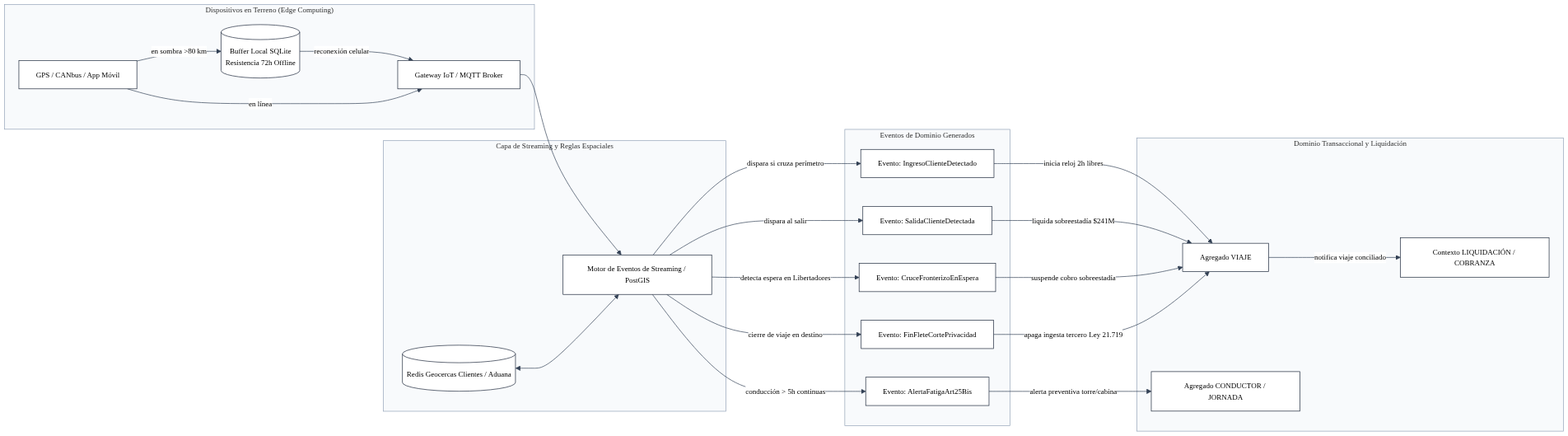
Above: equipo/D3/diagramas/diagrama4_eventos_telemetria.png in mvergaral/audIT (Mermaid), before the change. Its source is kept beside it as equipo/D3/diagramas/diagrama4_eventos_telemetria.mmd.
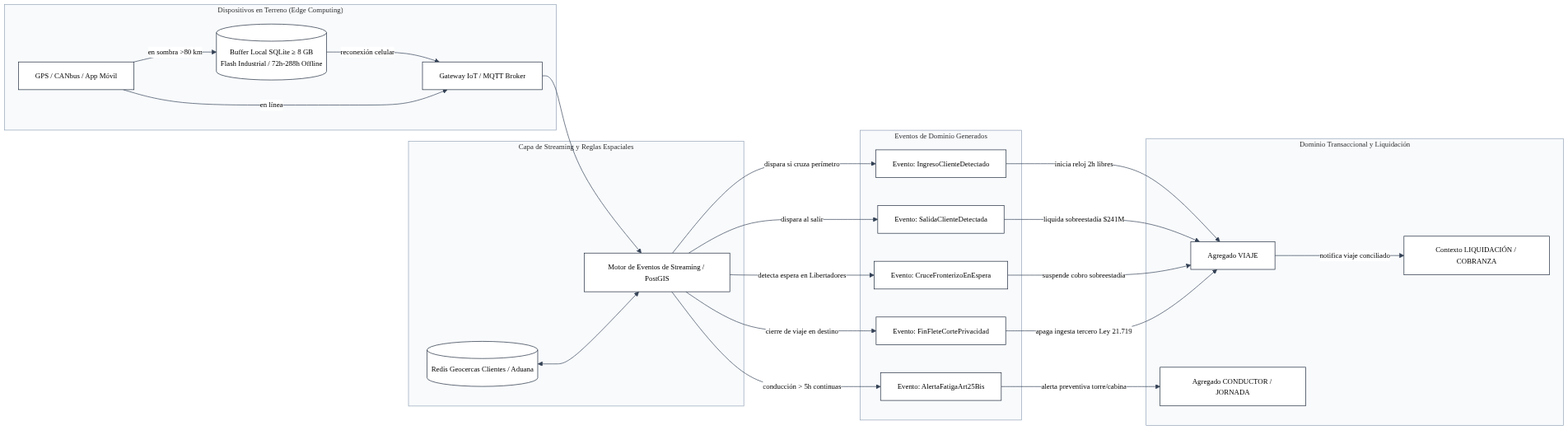
The same file after the commit.

What changed in the source:
```diff
@@ -20,7 +20,7 @@
 flowchart LR
     subgraph Terreno["Dispositivos en Terreno (Edge Computing)"]
         GPS[GPS / CANbus / App Móvil]
-        BUFFER[(Buffer Local SQLite\nResistencia 72h Offline)]
+        BUFFER[(Buffer Local SQLite ≥ 8 GB\nFlash Industrial / 72h-288h Offline)]
         GPS -->|en sombra >80 km| BUFFER
         BUFFER -->|reconexión celular| IOT_GW
         GPS -->|en línea| IOT_GW[Gateway IoT / MQTT Broker]
```
